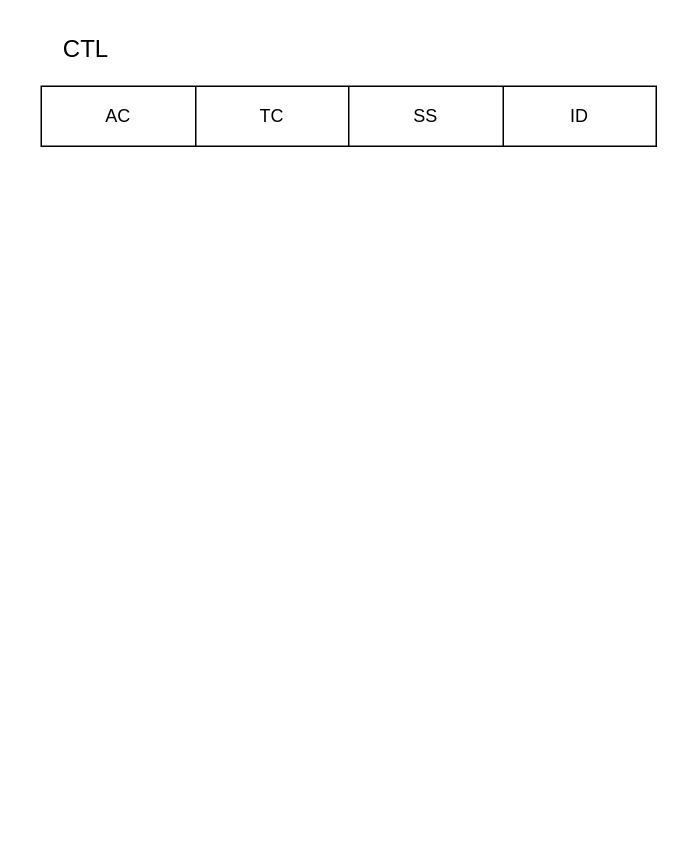
This is image/ForkJoinPool.drawio from Mountain-Jack-Gao/pub-resource, a draw.io file, before an edit. Source tidied: cells renumbered, new cells numbered last; positions are measured from the earlier drawing's top-left corner, leaving out a move shared by most shapes. Both pictures are drawn from the tidied source at 150%, with x=0, y=0 at pixel (40, 26).
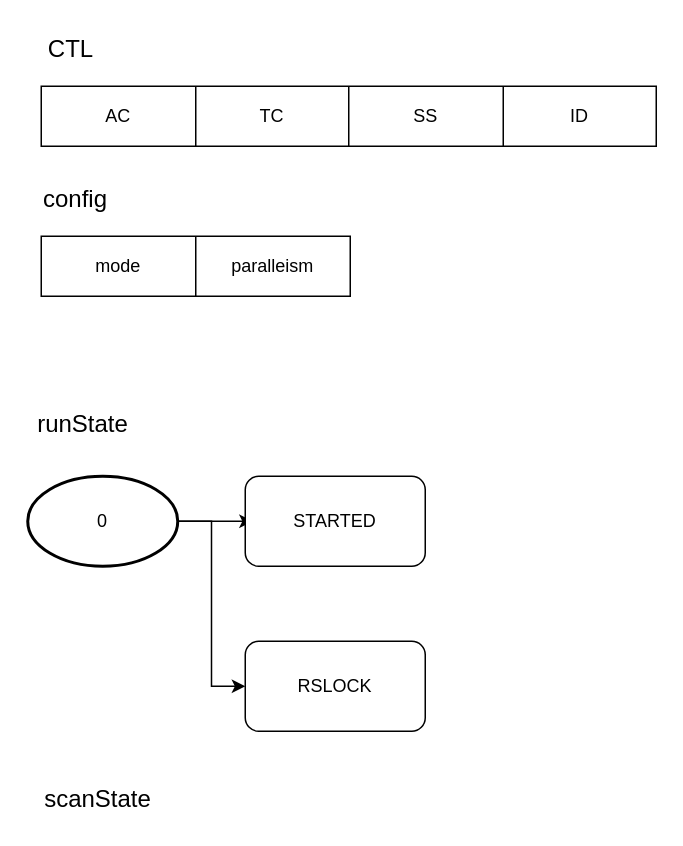
The same page after the edit.

The edit, as a diff of the source:
```diff
@@
     <mxCell id="8" value="&lt;div&gt;CTL&lt;/div&gt;" style="text;strokeColor=none;fillColor=none;html=1;align=center;verticalAlign=middle;whiteSpace=wrap;rounded=0;fontSize=16;" parent="1" vertex="1">
-      <mxGeometry width="60" height="30" as="geometry" />
+      <mxGeometry x="-10" width="60" height="30" as="geometry" />
     </mxCell>
+    <mxCell id="9" value="runState" style="text;strokeColor=none;fillColor=none;html=1;align=center;verticalAlign=middle;whiteSpace=wrap;rounded=0;fontSize=16;" parent="1" vertex="1">
+      <mxGeometry x="-2" y="250" width="60" height="30" as="geometry" />
+    </mxCell>
+    <mxCell id="10" style="edgeStyle=orthogonalEdgeStyle;rounded=0;jettySize=auto;html=1;" parent="1" edge="1" source="12">
+      <mxGeometry relative="1" as="geometry">
+        <mxPoint x="141" y="330" as="targetPoint" />
+      </mxGeometry>
+    </mxCell>
+    <mxCell id="11" style="edgeStyle=orthogonalEdgeStyle;rounded=0;jettySize=auto;html=1;entryX=0;entryY=0.5;entryDx=0;entryDy=0;" parent="1" edge="1" source="12" target="14">
+      <mxGeometry relative="1" as="geometry" />
+    </mxCell>
+    <mxCell id="12" value="0" style="strokeWidth=2;html=1;shape=mxgraph.flowchart.start_1;whiteSpace=wrap;" parent="1" vertex="1">
+      <mxGeometry x="-9" y="300" width="100" height="60" as="geometry" />
+    </mxCell>
+    <mxCell id="13" value="STARTED" style="rounded=1;whiteSpace=wrap;html=1;" parent="1" vertex="1">
+      <mxGeometry x="136" y="300" width="120" height="60" as="geometry" />
+    </mxCell>
+    <mxCell id="14" value="RSLOCK" style="whiteSpace=wrap;html=1;rounded=1;" parent="1" vertex="1">
+      <mxGeometry x="136" y="410" width="120" height="60" as="geometry" />
+    </mxCell>
+    <mxCell id="15" style="shape=table;startSize=0;childLayout=tableLayout;" parent="1" vertex="1">
+      <mxGeometry y="140" width="206" height="40" as="geometry" />
+    </mxCell>
+    <mxCell id="16" style="shape=tableRow;horizontal=0;startSize=0;swimlaneHead=0;swimlaneBody=0;strokeColor=inherit;top=0;left=0;bottom=0;right=0;fillColor=none;" parent="15" vertex="1">
+      <mxGeometry width="206" height="40" as="geometry" />
+    </mxCell>
+    <mxCell id="17" value="mode" style="shape=partialRectangle;html=1;whiteSpace=wrap;strokeColor=inherit;overflow=hidden;fillColor=none;top=0;left=0;bottom=0;right=0;" parent="16" vertex="1">
+      <mxGeometry width="103" height="40" as="geometry" />
+    </mxCell>
+    <mxCell id="18" value="paralleism" style="shape=partialRectangle;html=1;whiteSpace=wrap;strokeColor=inherit;overflow=hidden;fillColor=none;top=0;left=0;bottom=0;right=0;" parent="16" vertex="1">
+      <mxGeometry x="103" width="103" height="40" as="geometry" />
+    </mxCell>
+    <mxCell id="19" value="config" style="text;strokeColor=none;fillColor=none;html=1;align=center;verticalAlign=middle;whiteSpace=wrap;rounded=0;fontSize=16;" parent="1" vertex="1">
+      <mxGeometry x="-7" y="100" width="60" height="30" as="geometry" />
+    </mxCell>
+    <mxCell id="20" value="scanState" style="text;strokeColor=none;fillColor=none;html=1;align=center;verticalAlign=middle;whiteSpace=wrap;rounded=0;fontSize=16;" parent="1" vertex="1">
+      <mxGeometry x="-2" y="500" width="80" height="30" as="geometry" />
+    </mxCell>
```
